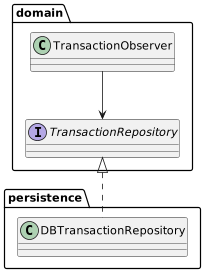
Earlier version of the PlantUML export topics/sw_concepts/images/dependency-inversion/with-dependency-inversion.png (scs/jumpstart-docs).
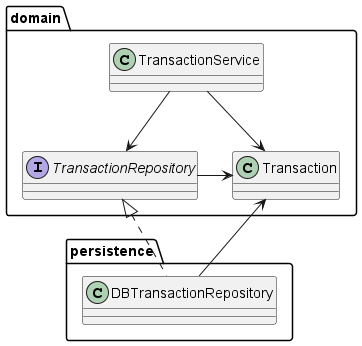
Above is the later version.

Commit message:
sw_concepts: improve dependency inversion example

What changed in the source:
```diff
@@ -1,15 +1,23 @@
 @startuml
 
 package domain {
-    class TransactionObserver
+    class TransactionService
+
+    class Transaction
 
     interface TransactionRepository
 }
 
 package persistence {
-    class DBTransactionRepository implements domain.TransactionRepository
+    class DBTransactionRepository
 }
 
-TransactionObserver --> TransactionRepository
+TransactionService --> TransactionRepository
+TransactionService --> Transaction
+
+TransactionRepository -> Transaction
+
+DBTransactionRepository .up.|> TransactionRepository
+DBTransactionRepository -up-> Transaction
 
 @enduml
```
